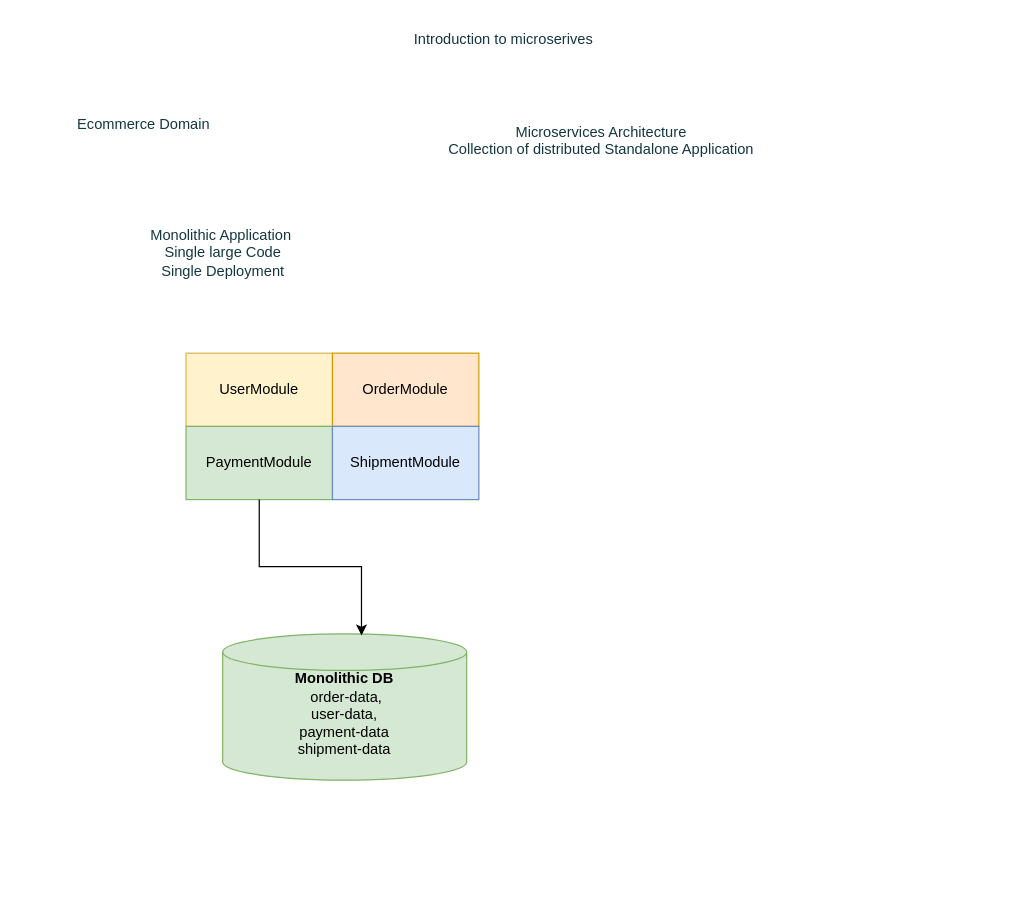
Above: Untitled Diagram.drawio in pkamalesh2007/VLMans (draw.io), before the change. Source tidied: cells renumbered, new cells numbered last; positions are measured from the earlier drawing's top-left corner, leaving out a move shared by most shapes. Both pictures are drawn from the tidied source at 122%, with x=0, y=0 at pixel (63, 21).
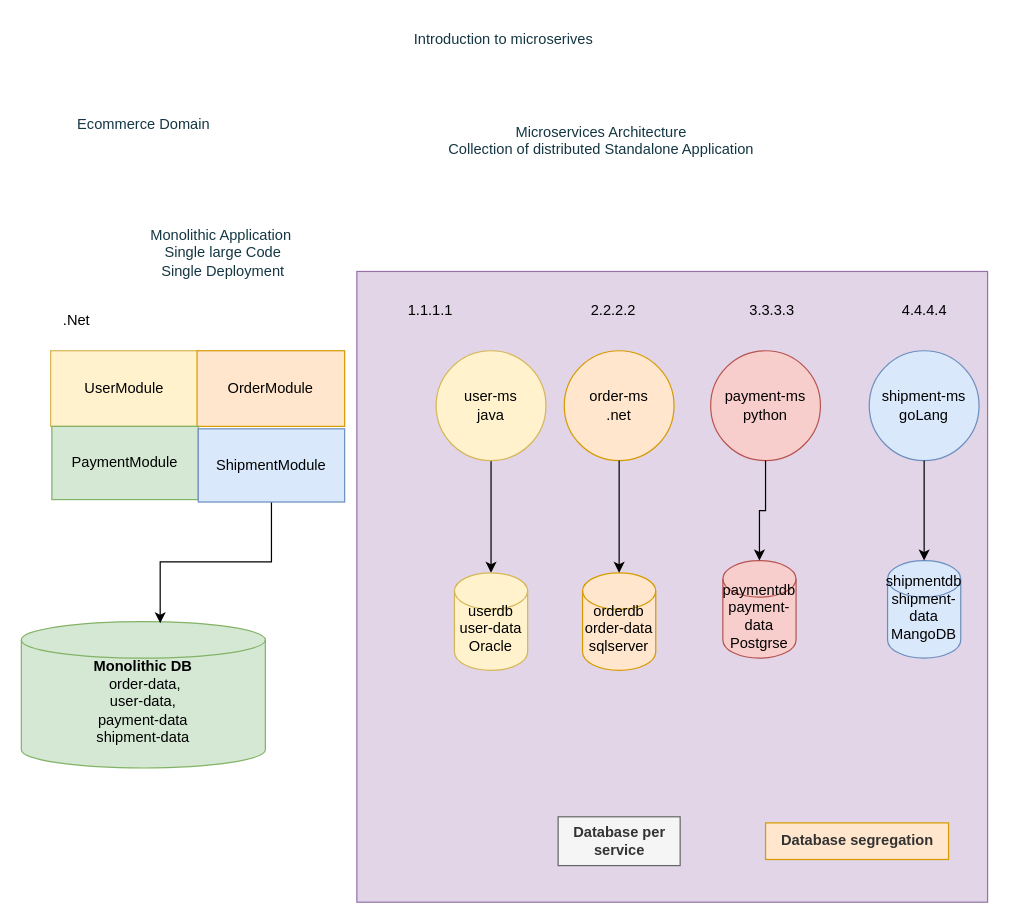
After the change.

Change to the diagram source:
```diff
@@
+    <mxCell id="12" style="whiteSpace=wrap;html=1;fillColor=#e1d5e7;strokeColor=#9673a6;" parent="1" vertex="1">
+      <mxGeometry x="240" y="205" width="517" height="517" as="geometry" />
+    </mxCell>
@@
     <mxCell id="6" value="UserModule" style="rounded=0;whiteSpace=wrap;html=1;fillColor=#fff2cc;strokeColor=#d6b656;" parent="1" vertex="1">
-      <mxGeometry x="100" y="272" width="120" height="60" as="geometry" />
+      <mxGeometry x="-11" y="270" width="121" height="62" as="geometry" />
     </mxCell>
     <mxCell id="7" value="OrderModule" style="rounded=0;whiteSpace=wrap;html=1;fillColor=#ffe6cc;strokeColor=#d79b00;" parent="1" vertex="1">
-      <mxGeometry x="220" y="272" width="120" height="60" as="geometry" />
+      <mxGeometry x="109" y="270" width="121" height="62" as="geometry" />
     </mxCell>
     <mxCell id="8" value="PaymentModule" style="rounded=0;whiteSpace=wrap;html=1;fillColor=#d5e8d4;strokeColor=#82b366;" parent="1" vertex="1">
-      <mxGeometry x="100" y="332" width="120" height="60" as="geometry" />
+      <mxGeometry x="-10" y="332" width="120" height="60" as="geometry" />
     </mxCell>
-    <mxCell id="9" value="ShipmentModule" style="rounded=0;whiteSpace=wrap;html=1;fillColor=#dae8fc;strokeColor=#6c8ebf;" parent="1" vertex="1">
-      <mxGeometry x="220" y="332" width="120" height="60" as="geometry" />
-    </mxCell>
     <mxCell id="10" value="&lt;b&gt;Monolithic DB&lt;/b&gt;&lt;div&gt;&amp;nbsp;order-data,&lt;/div&gt;&lt;div&gt;user-data,&lt;/div&gt;&lt;div&gt;payment-data&lt;/div&gt;&lt;div&gt;shipment-data&lt;/div&gt;&lt;div&gt;&lt;br&gt;&lt;/div&gt;" style="shape=cylinder3;whiteSpace=wrap;html=1;boundedLbl=1;backgroundOutline=1;size=15;fillColor=#d5e8d4;strokeColor=#82b366;" parent="1" vertex="1">
-      <mxGeometry x="130" y="502" width="200" height="120" as="geometry" />
+      <mxGeometry x="-35" y="492" width="200" height="120" as="geometry" />
     </mxCell>
-    <mxCell id="11" style="edgeStyle=orthogonalEdgeStyle;rounded=0;jettySize=auto;html=1;entryX=0.569;entryY=0.011;entryDx=0;entryDy=0;entryPerimeter=0;" parent="1" edge="1" source="8" target="10">
+    <mxCell id="11" style="edgeStyle=orthogonalEdgeStyle;rounded=0;jettySize=auto;html=1;entryX=0.569;entryY=0.011;entryDx=0;entryDy=0;entryPerimeter=0;" parent="1" edge="1" source="9" target="10">
       <mxGeometry relative="1" as="geometry" />
     </mxCell>
+    <mxCell id="13" style="edgeStyle=orthogonalEdgeStyle;rounded=0;jettySize=auto;html=1;" parent="1" edge="1" source="14" target="15">
+      <mxGeometry relative="1" as="geometry" />
+    </mxCell>
+    <mxCell id="14" value="user-ms&lt;div&gt;java&lt;/div&gt;" style="ellipse;whiteSpace=wrap;html=1;fillColor=#fff2cc;strokeColor=#d6b656;" parent="1" vertex="1">
+      <mxGeometry x="305" y="270" width="90" height="90" as="geometry" />
+    </mxCell>
+    <mxCell id="15" value="userdb&lt;div&gt;user-data&lt;/div&gt;&lt;div&gt;Oracle&lt;/div&gt;&lt;div&gt;&lt;br&gt;&lt;/div&gt;" style="shape=cylinder3;whiteSpace=wrap;html=1;boundedLbl=1;backgroundOutline=1;size=15;fillColor=#fff2cc;strokeColor=#d6b656;" parent="1" vertex="1">
+      <mxGeometry x="320" y="452" width="60" height="80" as="geometry" />
+    </mxCell>
+    <mxCell id="16" value="order-ms&lt;div&gt;.net&lt;/div&gt;" style="ellipse;whiteSpace=wrap;html=1;fillColor=#ffe6cc;strokeColor=#d79b00;" parent="1" vertex="1">
+      <mxGeometry x="410" y="270" width="90" height="90" as="geometry" />
+    </mxCell>
+    <mxCell id="17" value="orderdb&lt;div&gt;order-data&lt;/div&gt;&lt;div&gt;sqlserver&lt;/div&gt;&lt;div&gt;&lt;br&gt;&lt;/div&gt;" style="shape=cylinder3;whiteSpace=wrap;html=1;boundedLbl=1;backgroundOutline=1;size=15;fillColor=#ffe6cc;strokeColor=#d79b00;" parent="1" vertex="1">
+      <mxGeometry x="425" y="452" width="60" height="80" as="geometry" />
+    </mxCell>
+    <mxCell id="18" style="edgeStyle=orthogonalEdgeStyle;rounded=0;jettySize=auto;html=1;entryX=0.5;entryY=0;entryDx=0;entryDy=0;entryPerimeter=0;" parent="1" edge="1" source="16" target="17">
+      <mxGeometry relative="1" as="geometry" />
+    </mxCell>
+    <mxCell id="19" value="payment-ms&lt;div&gt;python&lt;/div&gt;" style="ellipse;whiteSpace=wrap;html=1;fillColor=#f8cecc;strokeColor=#b85450;" parent="1" vertex="1">
+      <mxGeometry x="530" y="270" width="90" height="90" as="geometry" />
+    </mxCell>
+    <mxCell id="20" value="paymentdb&lt;div&gt;payment-data&lt;/div&gt;&lt;div&gt;Postgrse&lt;/div&gt;&lt;div&gt;&lt;br&gt;&lt;/div&gt;" style="shape=cylinder3;whiteSpace=wrap;html=1;boundedLbl=1;backgroundOutline=1;size=15;fillColor=#f8cecc;strokeColor=#b85450;" parent="1" vertex="1">
+      <mxGeometry x="540" y="442" width="60" height="80" as="geometry" />
+    </mxCell>
+    <mxCell id="9" value="ShipmentModule" style="rounded=0;whiteSpace=wrap;html=1;fillColor=#dae8fc;strokeColor=#6c8ebf;" parent="1" vertex="1">
+      <mxGeometry x="110" y="334" width="120" height="60" as="geometry" />
+    </mxCell>
+    <mxCell id="21" style="edgeStyle=orthogonalEdgeStyle;rounded=0;jettySize=auto;html=1;entryX=0.5;entryY=0;entryDx=0;entryDy=0;entryPerimeter=0;" parent="1" edge="1" source="19" target="20">
+      <mxGeometry relative="1" as="geometry" />
+    </mxCell>
+    <mxCell id="22" value="shipment-ms&lt;div&gt;goLang&lt;/div&gt;" style="ellipse;whiteSpace=wrap;html=1;fillColor=#dae8fc;strokeColor=#6c8ebf;" parent="1" vertex="1">
+      <mxGeometry x="660" y="270" width="90" height="90" as="geometry" />
+    </mxCell>
+    <mxCell id="23" value="shipmentdb&lt;br&gt;&lt;div&gt;shipment-data&lt;/div&gt;&lt;div&gt;MangoDB&lt;/div&gt;&lt;div&gt;&lt;br&gt;&lt;/div&gt;&lt;div&gt;&lt;br&gt;&lt;/div&gt;" style="shape=cylinder3;whiteSpace=wrap;html=1;boundedLbl=1;backgroundOutline=1;size=15;fillColor=#dae8fc;strokeColor=#6c8ebf;" parent="1" vertex="1">
+      <mxGeometry x="675" y="442" width="60" height="80" as="geometry" />
+    </mxCell>
+    <mxCell id="24" style="edgeStyle=orthogonalEdgeStyle;rounded=0;jettySize=auto;html=1;entryX=0.5;entryY=0;entryDx=0;entryDy=0;entryPerimeter=0;" parent="1" edge="1" source="22" target="23">
+      <mxGeometry relative="1" as="geometry" />
+    </mxCell>
+    <mxCell id="25" value="&lt;span style=&quot;background-color: initial;&quot;&gt;.Net&lt;/span&gt;" style="text;html=1;align=center;verticalAlign=middle;strokeColor=none;fillColor=none;" parent="1" vertex="1">
+      <mxGeometry x="-15" y="230" width="50" height="30" as="geometry" />
+    </mxCell>
+    <mxCell id="26" value="1.1.1.1" style="text;html=1;align=center;verticalAlign=middle;strokeColor=none;fillColor=none;" parent="1" vertex="1">
+      <mxGeometry x="270" y="222" width="60" height="30" as="geometry" />
+    </mxCell>
+    <mxCell id="27" value="2.2.2.2" style="text;html=1;align=center;verticalAlign=middle;strokeColor=none;fillColor=none;" parent="1" vertex="1">
+      <mxGeometry x="420" y="222" width="60" height="30" as="geometry" />
+    </mxCell>
+    <mxCell id="28" value="3.3.3.3" style="text;html=1;align=center;verticalAlign=middle;strokeColor=none;fillColor=none;" parent="1" vertex="1">
+      <mxGeometry x="550" y="222" width="60" height="30" as="geometry" />
+    </mxCell>
+    <mxCell id="29" value="4.4.4.4" style="text;html=1;align=center;verticalAlign=middle;strokeColor=none;fillColor=none;" parent="1" vertex="1">
+      <mxGeometry x="675" y="222" width="60" height="30" as="geometry" />
+    </mxCell>
+    <mxCell id="30" value="&lt;b&gt;Database per&lt;/b&gt;&lt;div&gt;&lt;b&gt;service&lt;/b&gt;&lt;/div&gt;" style="text;html=1;align=center;verticalAlign=middle;strokeColor=#666666;fillColor=#f5f5f5;fontColor=#333333;" parent="1" vertex="1">
+      <mxGeometry x="405" y="652" width="100" height="40" as="geometry" />
+    </mxCell>
+    <mxCell id="31" value="&lt;b&gt;Database segregation&lt;/b&gt;" style="text;html=1;align=center;verticalAlign=middle;fillColor=#ffe6cc;strokeColor=#d79b00;fontFamily=Helvetica;fontSize=12;fontColor=#333333;" parent="1" vertex="1">
+      <mxGeometry x="575" y="657" width="150" height="30" as="geometry" />
+    </mxCell>
```
